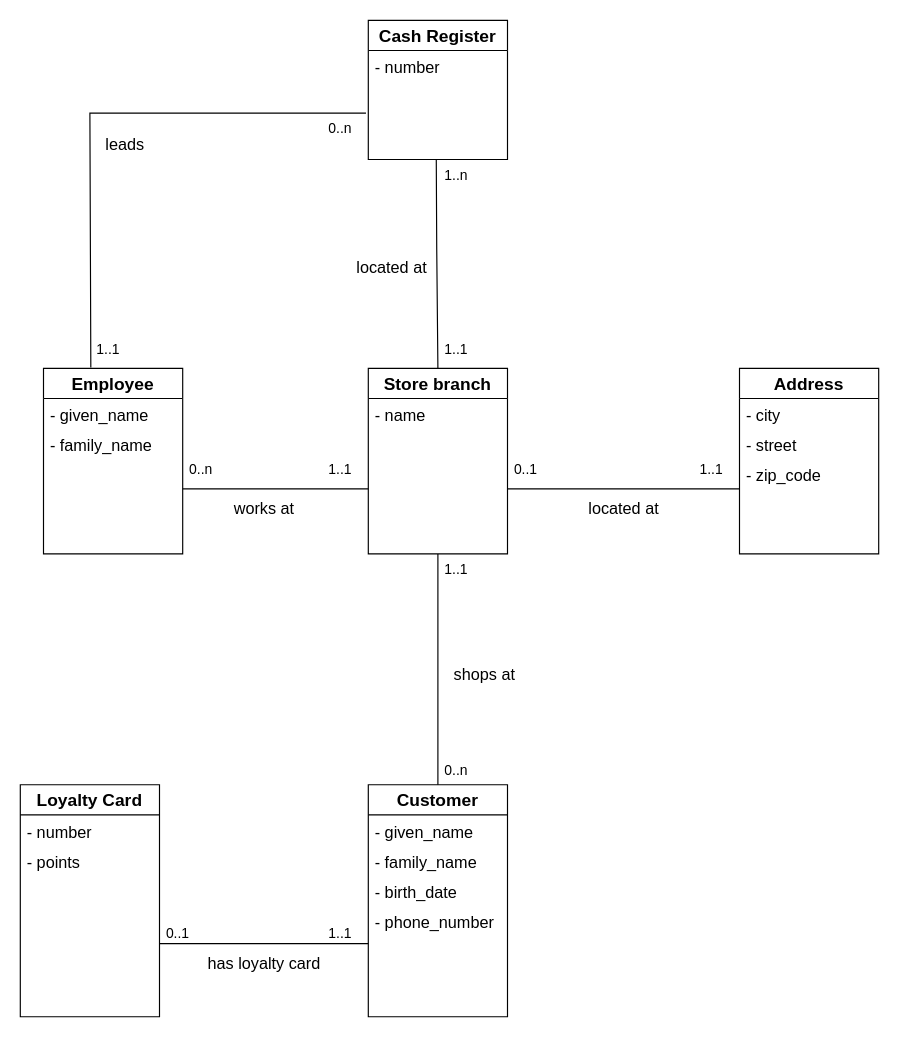
anna-lipatova/Data-Formats-projects keeps this draw.io diagram as HW1/UML_DIAGRAM.drawio. Above is the earlier version. Source tidied: cells renumbered, new cells numbered last; positions are measured from the earlier drawing's top-left corner, leaving out a move shared by most shapes. Both pictures are drawn from the tidied source at 116%, with x=0, y=0 at pixel (20, 20).
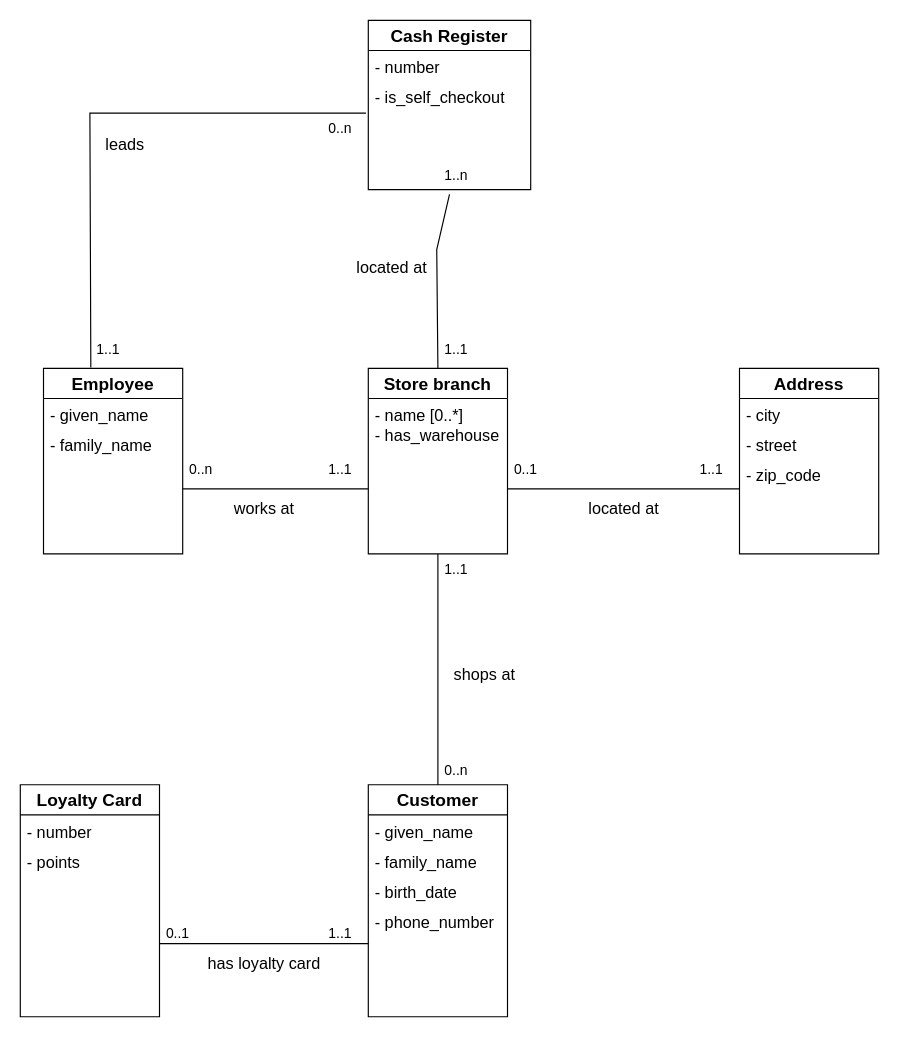
After the change.

Commit message (it also covers changes not shown here):
fix uml diagram and domain minimum 2 attributes

Unchanged cells that the change refers to:
```xml
<mxCell id="2" value="&lt;b&gt;&lt;font style=&quot;font-size: 15px;&quot;&gt;Store branch&lt;/font&gt;&lt;/b&gt;" style="swimlane;fontStyle=0;horizontal=1;startSize=26;fillColor=none;whiteSpace=wrap;html=1;" parent="1" vertex="1">
  <mxGeometry x="300" y="300" width="120" height="160" as="geometry" />
</mxCell>
<mxCell id="39" value="1..n" style="text;strokeColor=none;fillColor=none;align=left;verticalAlign=top;spacingLeft=4;spacingRight=4;overflow=hidden;points=[[0,0.5],[1,0.5]];portConstraint=eastwest;whiteSpace=wrap;html=1;" parent="1" vertex="1">
  <mxGeometry x="360" y="120" width="40" height="26" as="geometry" />
</mxCell>
```

Change to the diagram source:
```diff
@@
-    <mxCell id="3" value="- name" style="text;strokeColor=none;fillColor=none;align=left;verticalAlign=top;spacingLeft=4;spacingRight=4;overflow=hidden;points=[[0,0.5],[1,0.5]];portConstraint=eastwest;whiteSpace=wrap;html=1;fontSize=14;" parent="2" vertex="1">
+    <mxCell id="3" value="- name [0..*]&lt;br&gt;- has_warehouse" style="text;strokeColor=none;fillColor=none;align=left;verticalAlign=top;spacingLeft=4;spacingRight=4;overflow=hidden;points=[[0,0.5],[1,0.5]];portConstraint=eastwest;whiteSpace=wrap;html=1;fontSize=14;" parent="2" vertex="1">
       <mxGeometry y="26" width="120" height="134" as="geometry" />
     </mxCell>
@@
     <mxCell id="35" value="&lt;b&gt;&lt;font style=&quot;font-size: 15px;&quot;&gt;Cash Register&lt;/font&gt;&lt;/b&gt;" style="swimlane;fontStyle=0;horizontal=1;startSize=26;fillColor=none;whiteSpace=wrap;html=1;" parent="1" vertex="1">
-      <mxGeometry x="300" width="120" height="120" as="geometry" />
+      <mxGeometry x="300" width="140" height="146" as="geometry" />
     </mxCell>
     <mxCell id="36" value="-&amp;nbsp;number" style="text;strokeColor=none;fillColor=none;align=left;verticalAlign=top;spacingLeft=4;spacingRight=4;overflow=hidden;whiteSpace=wrap;html=1;fontSize=14;" parent="35" vertex="1">
-      <mxGeometry y="26" width="120" height="26" as="geometry" />
+      <mxGeometry y="26" width="140" height="26" as="geometry" />
     </mxCell>
+    <mxCell id="46" value="- is_self_checkout" style="text;strokeColor=none;fillColor=none;align=left;verticalAlign=top;spacingLeft=4;spacingRight=4;overflow=hidden;whiteSpace=wrap;html=1;fontSize=14;" parent="35" vertex="1">
+      <mxGeometry y="52" width="140" height="26" as="geometry" />
+    </mxCell>
     <mxCell id="37" value="&lt;div&gt;&lt;br&gt;&lt;/div&gt;&lt;div&gt;&lt;br&gt;&lt;/div&gt;" style="text;strokeColor=none;fillColor=none;align=left;verticalAlign=top;spacingLeft=4;spacingRight=4;overflow=hidden;whiteSpace=wrap;html=1;" parent="35" vertex="1">
-      <mxGeometry y="52" width="120" height="68" as="geometry" />
+      <mxGeometry y="78" width="140" height="68" as="geometry" />
     </mxCell>
-    <mxCell id="38" style="endArrow=none;html=1;rounded=0;entryX=0.488;entryY=1.035;entryDx=0;entryDy=0;entryPerimeter=0;exitX=0.5;exitY=0;exitDx=0;exitDy=0;" parent="1" edge="1" source="2">
+    <mxCell id="38" style="endArrow=none;html=1;rounded=0;entryX=0.25;entryY=1.154;entryDx=0;entryDy=0;entryPerimeter=0;exitX=0.5;exitY=0;exitDx=0;exitDy=0;" parent="1" edge="1" source="2" target="39">
       <mxGeometry relative="1" as="geometry">
-        <mxPoint x="358.6" y="120" as="targetPoint" />
         <Array as="points">
           <mxPoint x="359" y="197.6" />
         </Array>
       </mxGeometry>
     </mxCell>
```
